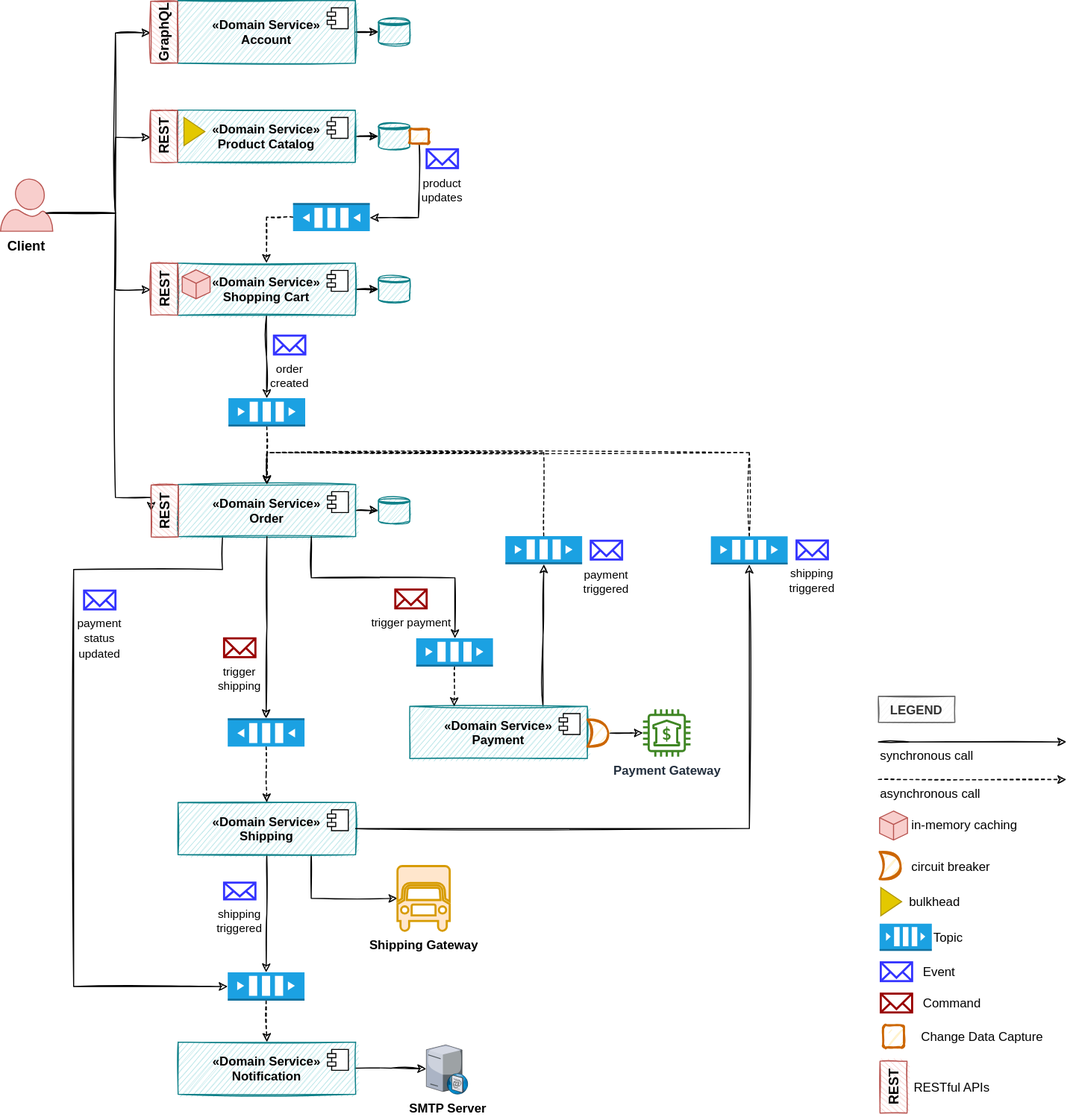
ionutbalosin/ecommerce-app keeps this draw.io diagram as assets/diagrams/software-architecture-diagram.svg. Above is the earlier version. Source tidied: cells renumbered, new cells last; positions are measured from the earlier drawing's top-left corner, leaving out a move shared by most shapes.
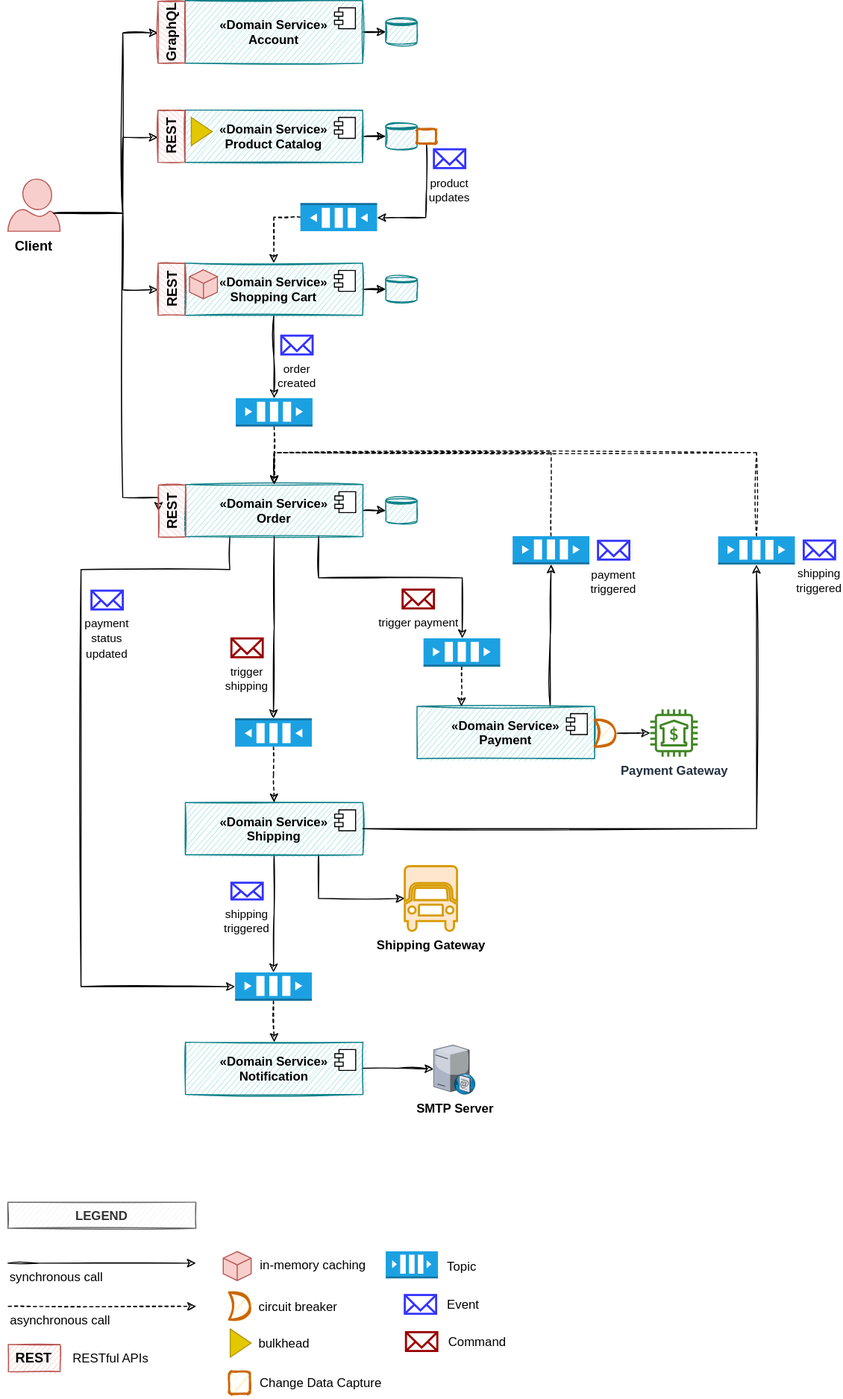
The same diagram one commit later.

Commit message:
Update software architecture diagram

What changed in the source:
```diff
@@ -6,19 +6,19 @@
       <mxGeometry relative="1" as="geometry" />
     </mxCell>
     <mxCell id="3" value="synchronous call" style="text;strokeColor=none;fillColor=none;align=left;verticalAlign=middle;rounded=0;" parent="1" vertex="1">
-      <mxGeometry x="840.3" y="708.2" width="140" height="30" as="geometry" />
+      <mxGeometry y="1207.4" width="140" height="30" as="geometry" />
     </mxCell>
     <mxCell id="4" style="edgeStyle=orthogonalEdgeStyle;rounded=0;orthogonalLoop=1;jettySize=auto;sketch=1;" parent="1" edge="1">
       <mxGeometry relative="1" as="geometry">
-        <mxPoint x="840.3" y="710.2" as="sourcePoint" />
-        <mxPoint x="1020.3" y="710.2" as="targetPoint" />
+        <mxPoint y="1209.4" as="sourcePoint" />
+        <mxPoint x="180" y="1209.4" as="targetPoint" />
         <Array as="points">
-          <mxPoint x="870.3" y="710.2" />
+          <mxPoint x="30" y="1209.4" />
         </Array>
       </mxGeometry>
     </mxCell>
     <mxCell id="5" value="LEGEND" style="text;align=center;verticalAlign=middle;rounded=0;fontStyle=1;sketch=1;fillColor=#f5f5f5;fontColor=#333333;strokeColor=#666666;" parent="1" vertex="1">
-      <mxGeometry x="840.3" y="666.5" width="73.2" height="25" as="geometry" />
+      <mxGeometry y="1151" width="180" height="25" as="geometry" />
     </mxCell>
     <mxCell id="6" style="shape=datastore;fillColor=#b0e3e6;strokeColor=#0e8088;sketch=1;shadow=0;fontStyle=1;" parent="1" vertex="1">
       <mxGeometry x="361.8" y="264" width="30" height="25" as="geometry" />
@@ -37,40 +37,40 @@
       <mxGeometry x="361.8" y="476.1" width="30" height="25" as="geometry" />
     </mxCell>
     <mxCell id="10" style="html=1;whiteSpace=wrap;shape=isoCube2;backgroundOutline=1;isoAngle=15;fillColor=#f8cecc;strokeColor=#b85450;" parent="1" vertex="1">
-      <mxGeometry x="841.5" y="776.5" width="26.7" height="27.8" as="geometry" />
+      <mxGeometry x="206.2" y="1198.2" width="26.7" height="27.8" as="geometry" />
     </mxCell>
     <mxCell id="11" value="in-memory caching" style="text;strokeColor=none;fillColor=none;align=left;verticalAlign=middle;rounded=0;" parent="1" vertex="1">
-      <mxGeometry x="870.3" y="774.2" width="120" height="30" as="geometry" />
+      <mxGeometry x="239.7" y="1196" width="120" height="30" as="geometry" />
     </mxCell>
     <mxCell id="12" value="circuit breaker" style="text;strokeColor=none;fillColor=none;align=left;verticalAlign=middle;rounded=0;" parent="1" vertex="1">
-      <mxGeometry x="870.3" y="814.2" width="120" height="30" as="geometry" />
+      <mxGeometry x="238.5" y="1235.4" width="120" height="30" as="geometry" />
     </mxCell>
     <mxCell id="13" value="asynchronous call" style="text;strokeColor=none;fillColor=none;align=left;verticalAlign=middle;rounded=0;" parent="1" vertex="1">
-      <mxGeometry x="840.3" y="744.2" width="140" height="30" as="geometry" />
+      <mxGeometry x="0.3" y="1248.8" width="140" height="30" as="geometry" />
     </mxCell>
     <mxCell id="14" style="edgeStyle=orthogonalEdgeStyle;rounded=0;orthogonalLoop=1;jettySize=auto;dashed=1;sketch=1;" parent="1" edge="1">
       <mxGeometry relative="1" as="geometry">
-        <mxPoint x="840.3" y="746.2" as="sourcePoint" />
-        <mxPoint x="1020.3" y="746.2" as="targetPoint" />
+        <mxPoint x="0.3" y="1250.8" as="sourcePoint" />
+        <mxPoint x="180.3" y="1250.8" as="targetPoint" />
         <Array as="points">
-          <mxPoint x="870.3" y="746.2" />
+          <mxPoint x="30.3" y="1250.8" />
         </Array>
       </mxGeometry>
     </mxCell>
     <mxCell id="15" style="dashed=0;verticalLabelPosition=bottom;verticalAlign=top;align=center;html=1;shape=mxgraph.aws3.queue;fillColor=#1ba1e2;gradientColor=none;rotation=0;strokeColor=#006EAF;fontColor=#ffffff;sketch=0;shadow=0;" parent="1" vertex="1">
-      <mxGeometry x="841.5" y="884.3" width="50" height="26" as="geometry" />
+      <mxGeometry x="361.7" y="1198" width="50" height="26" as="geometry" />
     </mxCell>
     <mxCell id="16" value="Topic" style="text;strokeColor=none;fillColor=none;align=left;verticalAlign=middle;rounded=0;" parent="1" vertex="1">
-      <mxGeometry x="891.5" y="882.3" width="120" height="30" as="geometry" />
+      <mxGeometry x="418.9" y="1197.1" width="61.1" height="30" as="geometry" />
     </mxCell>
     <mxCell id="17" value="&lt;font style=&quot;font-size: 11px;&quot;&gt;trigger payment&lt;/font&gt;" style="html=1;verticalLabelPosition=bottom;align=center;labelBackgroundColor=#ffffff;verticalAlign=top;strokeWidth=2;strokeColor=#990000;shadow=0;dashed=0;shape=mxgraph.ios7.icons.mail;fillColor=none;" parent="1" vertex="1">
       <mxGeometry x="377.9" y="564.2" width="30" height="18" as="geometry" />
     </mxCell>
     <mxCell id="18" style="html=1;verticalLabelPosition=bottom;align=center;labelBackgroundColor=#ffffff;verticalAlign=top;strokeWidth=2;strokeColor=#3333FF;shadow=0;dashed=0;shape=mxgraph.ios7.icons.mail;" parent="1" vertex="1">
-      <mxGeometry x="842.6" y="921.3" width="30" height="18" as="geometry" />
+      <mxGeometry x="380" y="1239.9" width="30" height="18" as="geometry" />
     </mxCell>
     <mxCell id="19" value="Event" style="text;strokeColor=none;fillColor=none;align=left;verticalAlign=middle;rounded=0;" parent="1" vertex="1">
-      <mxGeometry x="881.5" y="915.3" width="46.2" height="30" as="geometry" />
+      <mxGeometry x="418.9" y="1233.9" width="61.1" height="30" as="geometry" />
     </mxCell>
     <mxCell id="20" style="edgeStyle=orthogonalEdgeStyle;rounded=0;jettySize=auto;html=1;exitX=0.87;exitY=0.65;exitDx=0;exitDy=0;entryX=0.5;entryY=0;entryDx=0;entryDy=0;sketch=1;exitPerimeter=0;" parent="1" edge="1" source="64" target="90">
       <mxGeometry relative="1" as="geometry">
@@ -203,7 +203,7 @@
       </mxGeometry>
     </mxCell>
     <mxCell id="53" value="Change Data Capture" style="text;strokeColor=none;fillColor=none;align=left;verticalAlign=middle;rounded=0;" parent="1" vertex="1">
-      <mxGeometry x="879.7" y="977.2" width="126.2" height="30" as="geometry" />
+      <mxGeometry x="239.5" y="1308.9" width="126.2" height="30" as="geometry" />
     </mxCell>
     <mxCell id="54" value="&lt;b&gt;SMTP Server&lt;/b&gt;" style="verticalLabelPosition=bottom;sketch=0;html=1;verticalAlign=top;strokeColor=none;align=center;outlineConnect=0;shape=mxgraph.citrix.smtp_server;" parent="1" vertex="1">
       <mxGeometry x="407.6" y="999.2" width="40.1" height="48.5" as="geometry" />
@@ -226,16 +226,16 @@
       <mxGeometry x="407.9" y="142.5" width="30" height="18" as="geometry" />
     </mxCell>
     <mxCell id="59" style="html=1;verticalLabelPosition=bottom;align=center;labelBackgroundColor=#ffffff;verticalAlign=top;strokeWidth=2;strokeColor=#990000;shadow=0;dashed=0;shape=mxgraph.ios7.icons.mail;fillColor=none;" parent="1" vertex="1">
-      <mxGeometry x="842.6" y="951.3" width="30" height="18" as="geometry" />
+      <mxGeometry x="381.1" y="1275.5" width="30" height="18" as="geometry" />
     </mxCell>
     <mxCell id="60" value="Command" style="text;strokeColor=none;fillColor=none;align=left;verticalAlign=middle;rounded=0;" parent="1" vertex="1">
-      <mxGeometry x="881.5" y="945.3" width="46.2" height="30" as="geometry" />
+      <mxGeometry x="420" y="1269.5" width="60" height="30" as="geometry" />
     </mxCell>
     <mxCell id="61" style="triangle;whiteSpace=wrap;html=1;fillColor=#e3c800;strokeColor=#B09500;fontColor=#000000;" parent="1" vertex="1">
-      <mxGeometry x="842.6" y="849.7" width="20" height="27" as="geometry" />
+      <mxGeometry x="212.9" y="1272.5" width="20" height="27" as="geometry" />
     </mxCell>
     <mxCell id="62" value="bulkhead" style="text;strokeColor=none;fillColor=none;align=left;verticalAlign=middle;rounded=0;" parent="1" vertex="1">
-      <mxGeometry x="868.1" y="848.2" width="122.2" height="30" as="geometry" />
+      <mxGeometry x="238.4" y="1271" width="122.2" height="30" as="geometry" />
     </mxCell>
     <mxCell id="63" style="rounded=1;whiteSpace=wrap;html=1;shadow=0;sketch=1;fillStyle=auto;strokeColor=#CC6600;fillColor=#fff2cc;strokeWidth=2;" parent="1" vertex="1">
       <mxGeometry x="391.8" y="123" width="18" height="14" as="geometry" />
@@ -308,11 +308,11 @@
     <mxCell id="80" value="&lt;b&gt;REST&lt;/b&gt;" style="rounded=0;whiteSpace=wrap;html=1;fontSize=13;rotation=-90;fillColor=#f8cecc;strokeColor=#b85450;sketch=1;align=center;" parent="77" vertex="1">
       <mxGeometry x="-11.9" y="12.5" width="49.7" height="25.9" as="geometry" />
     </mxCell>
-    <mxCell id="81" value="&lt;b&gt;REST&lt;/b&gt;" style="rounded=0;whiteSpace=wrap;html=1;fontSize=13;rotation=-90;fillColor=#f8cecc;strokeColor=#b85450;sketch=1;align=center;" parent="1" vertex="1">
-      <mxGeometry x="830" y="1028" width="49.7" height="25.9" as="geometry" />
+    <mxCell id="81" value="&lt;b&gt;REST&lt;/b&gt;" style="rounded=0;whiteSpace=wrap;html=1;fontSize=13;rotation=0;fillColor=#f8cecc;strokeColor=#b85450;sketch=1;align=center;" parent="1" vertex="1">
+      <mxGeometry x="0.4" y="1287.4" width="49.7" height="25.9" as="geometry" />
     </mxCell>
     <mxCell id="82" value="RESTful APIs" style="text;strokeColor=none;fillColor=none;align=left;verticalAlign=middle;rounded=0;fontFamily=Helvetica;fontSize=12;" parent="1" vertex="1">
-      <mxGeometry x="872.6" y="1033.8" width="126.2" height="14.1" as="geometry" />
+      <mxGeometry x="60.4" y="1293.3" width="119.7" height="14.1" as="geometry" />
     </mxCell>
     <mxCell id="83" value="&lt;b style=&quot;font-size: 12px;&quot;&gt;Shipping&amp;nbsp;Gateway&lt;/b&gt;" style="shape=mxgraph.signs.transportation.truck_6;html=1;fillColor=#ffe6cc;strokeColor=#d79b00;verticalLabelPosition=bottom;verticalAlign=top;align=center;sketch=0;strokeWidth=2;fontFamily=Helvetica;fontSize=11;" parent="1" vertex="1">
       <mxGeometry x="380" y="829.1" width="50" height="62" as="geometry" />
@@ -321,10 +321,10 @@
       <mxGeometry x="561.8" y="688.7" width="20" height="26" as="geometry" />
     </mxCell>
     <mxCell id="85" style="shape=xor;whiteSpace=wrap;html=1;sketch=1;strokeColor=#CC6600;strokeWidth=2;fontFamily=Helvetica;fontSize=12;fillColor=#fff2cc;rounded=1;shadow=0;fillStyle=auto;" parent="1" vertex="1">
-      <mxGeometry x="841.5" y="815.6" width="20" height="26" as="geometry" />
+      <mxGeometry x="211.8" y="1237.4" width="20" height="26" as="geometry" />
     </mxCell>
     <mxCell id="86" style="rounded=1;whiteSpace=wrap;html=1;shadow=0;sketch=1;fillStyle=auto;strokeColor=#CC6600;fillColor=#fff2cc;strokeWidth=2;" parent="1" vertex="1">
-      <mxGeometry x="844.8" y="981.6" width="20" height="21.3" as="geometry" />
+      <mxGeometry x="211.7" y="1313.3" width="20" height="21.3" as="geometry" />
     </mxCell>
     <mxCell id="87" style="group;" parent="1" vertex="1">
       <mxGeometry x="143.7" width="196" height="60" as="geometry" />
```
